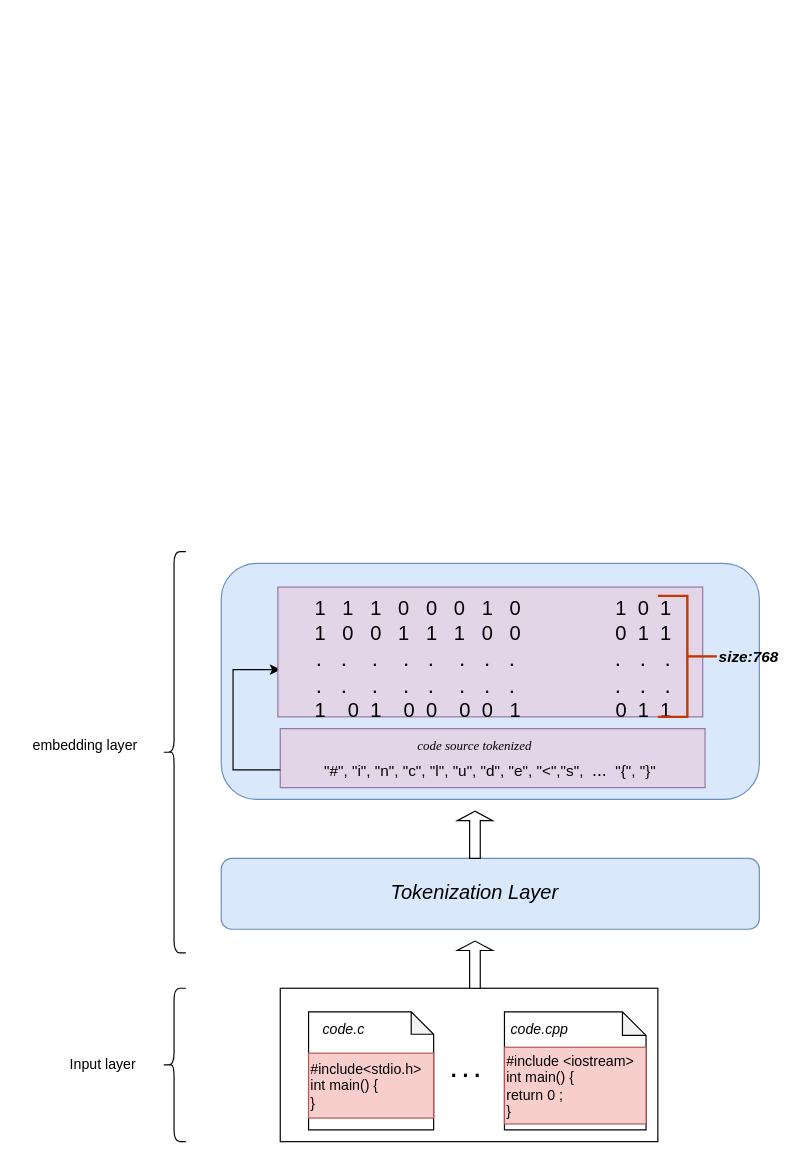
Above: src/Diagramme sans nom.drawio in ibrahim046/HybridArchitecture (draw.io), before the change. Source tidied: cells renumbered, new cells numbered last; positions are measured from the earlier drawing's top-left corner, leaving out a move shared by most shapes. Both pictures are drawn from the tidied source at 118%, with x=0, y=0 at pixel (20, 551).
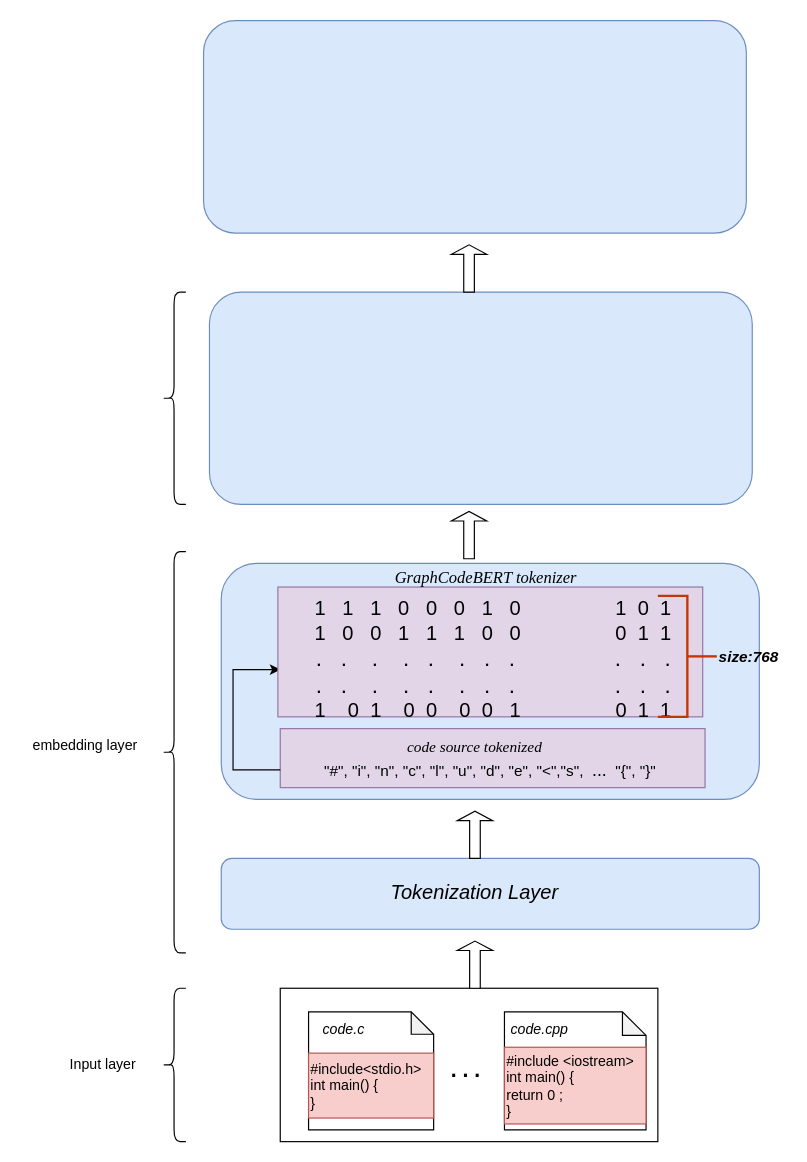
The same page after the edit.

Diff of the diagram source:
```diff
@@
-    <mxCell id="20" value="&lt;i&gt;&lt;font face=&quot;Times New Roman&quot; style=&quot;font-size: 11px;&quot;&gt;code source tokenized&lt;/font&gt;&lt;/i&gt;" style="text;html=1;align=center;verticalAlign=middle;whiteSpace=wrap;rounded=0;" parent="1" vertex="1">
+    <mxCell id="20" value="&lt;i&gt;&lt;font face=&quot;Times New Roman&quot; style=&quot;font-size: 13px;&quot;&gt;code source tokenized&lt;/font&gt;&lt;/i&gt;" style="text;html=1;align=center;verticalAlign=middle;whiteSpace=wrap;rounded=0;" parent="1" vertex="1">
       <mxGeometry x="325" y="150" width="120" height="30" as="geometry" />
     </mxCell>
@@
+    <mxCell id="27" value="&lt;i&gt;&lt;font style=&quot;font-size: 14px;&quot; face=&quot;Times New Roman&quot;&gt;GraphCodeBERT tokenizer&lt;/font&gt;&lt;/i&gt;" style="text;html=1;align=center;verticalAlign=middle;strokeColor=none;fillColor=none;" parent="1" vertex="1">
+      <mxGeometry x="304" y="7.5" width="180" height="30" as="geometry" />
+    </mxCell>
+    <mxCell id="28" style="shape=singleArrow;direction=north;whiteSpace=wrap;html=1;" parent="1" vertex="1">
+      <mxGeometry x="365" y="-34" width="30" height="40" as="geometry" />
+    </mxCell>
+    <mxCell id="29" style="rounded=1;whiteSpace=wrap;html=1;fillColor=#dae8fc;strokeColor=#6c8ebf;" parent="1" vertex="1">
+      <mxGeometry x="160" y="-220" width="460" height="180" as="geometry" />
+    </mxCell>
+    <mxCell id="30" style="rounded=1;whiteSpace=wrap;html=1;fillColor=#dae8fc;strokeColor=#6c8ebf;" parent="1" vertex="1">
+      <mxGeometry x="155" y="-450" width="460" height="180" as="geometry" />
+    </mxCell>
+    <mxCell id="31" style="shape=singleArrow;direction=north;whiteSpace=wrap;html=1;" parent="1" vertex="1">
+      <mxGeometry x="365" y="-260" width="30" height="40" as="geometry" />
+    </mxCell>
+    <mxCell id="32" style="shape=curlyBracket;whiteSpace=wrap;html=1;rounded=1;labelPosition=left;verticalLabelPosition=middle;align=right;verticalAlign=middle;" parent="1" vertex="1">
+      <mxGeometry x="120" y="-220" width="20" height="180" as="geometry" />
+    </mxCell>
```
